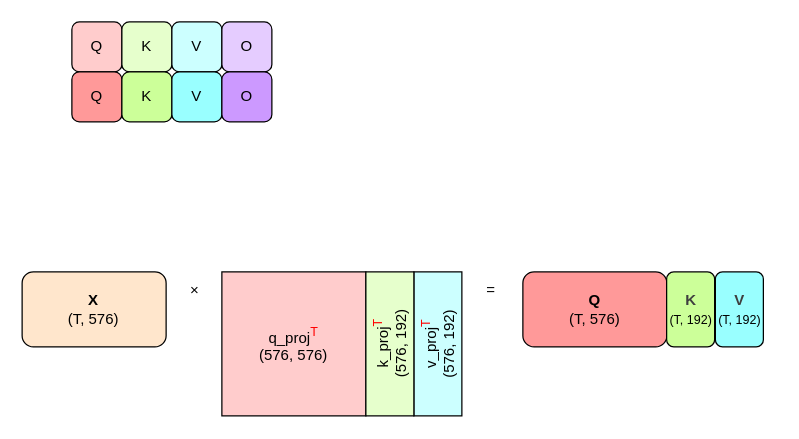
This is page "proj1" (5 of 17) of books/toyllm/draw/ch06.drawio from zxh0/ann-book, a draw.io file, before an edit. Source tidied: cells renumbered, new cells numbered last; positions are measured from the earlier drawing's top-left corner, leaving out a move shared by most shapes. Both pictures are drawn from the tidied source at 125%, with x=0, y=0 at pixel (21, 21).
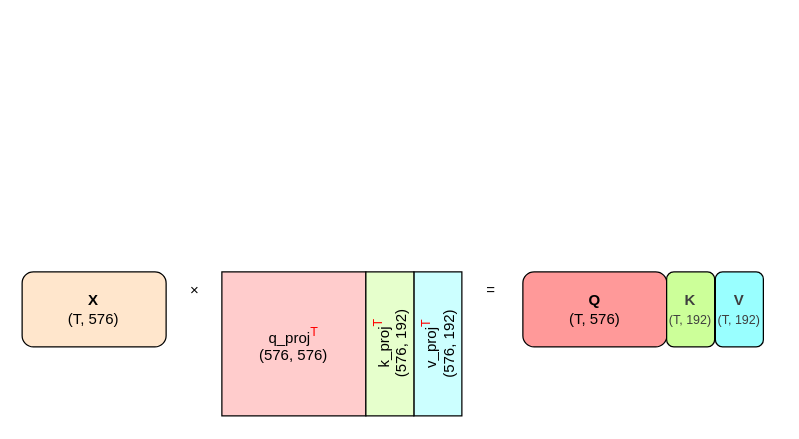
Above is the later version.

The edit, as a diff of the source:
```diff
@@
-    <mxCell id="4" value="&lt;div&gt;&lt;br&gt;&lt;/div&gt;" style="rounded=1;whiteSpace=wrap;html=1;fillColor=#CCFF99;" parent="1" vertex="1">
+    <mxCell id="4" value="&lt;div&gt;&lt;b style=&quot;scrollbar-color: rgb(226, 226, 226) rgb(251, 251, 251); white-space: nowrap; color: rgb(63, 63, 63);&quot;&gt;K&lt;/b&gt;&lt;br style=&quot;scrollbar-color: rgb(226, 226, 226) rgb(251, 251, 251); white-space: nowrap; color: rgb(63, 63, 63);&quot;&gt;&lt;span style=&quot;scrollbar-color: rgba(121, 121, 121, 0.4) rgb(31, 31, 31); white-space: nowrap; color: rgb(0, 0, 0);&quot;&gt;&lt;font style=&quot;color: rgb(63, 63, 63); scrollbar-color: rgba(121, 121, 121, 0.4) rgb(31, 31, 31); font-size: 10px;&quot;&gt;(T, 192)&lt;/font&gt;&lt;/span&gt;&lt;/div&gt;" style="rounded=1;whiteSpace=wrap;html=1;fillColor=#CCFF99;" parent="1" vertex="1">
       <mxGeometry x="515.8" y="200" width="38.4" height="60" as="geometry" />
     </mxCell>
-    <mxCell id="5" value="&lt;div&gt;&lt;br&gt;&lt;/div&gt;" style="rounded=1;whiteSpace=wrap;html=1;fillColor=#99FFFF;" parent="1" vertex="1">
+    <mxCell id="5" value="&lt;div&gt;&lt;b style=&quot;scrollbar-color: rgb(226, 226, 226) rgb(251, 251, 251); white-space: nowrap; color: rgb(63, 63, 63);&quot;&gt;V&lt;/b&gt;&lt;br style=&quot;scrollbar-color: rgb(226, 226, 226) rgb(251, 251, 251); white-space: nowrap; color: rgb(63, 63, 63);&quot;&gt;&lt;span style=&quot;scrollbar-color: rgba(121, 121, 121, 0.4) rgb(31, 31, 31); white-space: nowrap; color: rgb(0, 0, 0);&quot;&gt;&lt;font style=&quot;color: rgb(63, 63, 63); scrollbar-color: rgba(121, 121, 121, 0.4) rgb(31, 31, 31); font-size: 10px;&quot;&gt;(T, 192)&lt;/font&gt;&lt;/span&gt;&lt;/div&gt;" style="rounded=1;whiteSpace=wrap;html=1;fillColor=#99FFFF;" parent="1" vertex="1">
       <mxGeometry x="554.8" y="200" width="38.4" height="60" as="geometry" />
     </mxCell>
-    <mxCell id="6" value="&lt;b style=&quot;color: rgb(63, 63, 63); scrollbar-color: rgb(226, 226, 226) rgb(251, 251, 251);&quot;&gt;K&lt;/b&gt;&lt;br style=&quot;color: rgb(63, 63, 63); scrollbar-color: rgb(226, 226, 226) rgb(251, 251, 251);&quot;&gt;&lt;span style=&quot;color: rgb(0, 0, 0);&quot;&gt;&lt;font style=&quot;font-size: 10px;&quot;&gt;(T, 192)&lt;/font&gt;&lt;/span&gt;" style="text;html=1;align=center;verticalAlign=middle;strokeColor=none;fillColor=none;" parent="1" vertex="1">
-      <mxGeometry x="505" y="210" width="60" height="40" as="geometry" />
-    </mxCell>
-    <mxCell id="7" value="&lt;b style=&quot;color: rgb(63, 63, 63); scrollbar-color: rgb(226, 226, 226) rgb(251, 251, 251);&quot;&gt;V&lt;/b&gt;&lt;br style=&quot;color: rgb(63, 63, 63); scrollbar-color: rgb(226, 226, 226) rgb(251, 251, 251);&quot;&gt;&lt;span style=&quot;color: rgb(0, 0, 0);&quot;&gt;&lt;font style=&quot;font-size: 10px;&quot;&gt;(T, 192)&lt;/font&gt;&lt;/span&gt;" style="text;html=1;align=center;verticalAlign=middle;strokeColor=none;fillColor=none;" parent="1" vertex="1">
-      <mxGeometry x="544" y="210" width="60" height="40" as="geometry" />
-    </mxCell>
@@
-    <mxCell id="10" value="Q" style="rounded=1;whiteSpace=wrap;html=1;fillColor=#FFCCCC;" parent="1" vertex="1">
-      <mxGeometry x="40" width="40" height="40" as="geometry" />
-    </mxCell>
-    <mxCell id="11" value="K" style="rounded=1;whiteSpace=wrap;html=1;fillColor=#E6FFCC;" parent="1" vertex="1">
-      <mxGeometry x="80" width="40" height="40" as="geometry" />
-    </mxCell>
-    <mxCell id="12" value="V" style="rounded=1;whiteSpace=wrap;html=1;fillColor=#CCFFFF;" parent="1" vertex="1">
-      <mxGeometry x="120" width="40" height="40" as="geometry" />
-    </mxCell>
-    <mxCell id="13" value="&lt;div&gt;O&lt;/div&gt;" style="rounded=1;whiteSpace=wrap;html=1;fillColor=#E5CCFF;" parent="1" vertex="1">
-      <mxGeometry x="160" width="40" height="40" as="geometry" />
-    </mxCell>
-    <mxCell id="14" value="Q" style="rounded=1;whiteSpace=wrap;html=1;fillColor=#FF9999;" parent="1" vertex="1">
-      <mxGeometry x="40" y="40" width="40" height="40" as="geometry" />
-    </mxCell>
-    <mxCell id="15" value="K" style="rounded=1;whiteSpace=wrap;html=1;fillColor=#CCFF99;" parent="1" vertex="1">
-      <mxGeometry x="80" y="40" width="40" height="40" as="geometry" />
-    </mxCell>
-    <mxCell id="16" value="V" style="rounded=1;whiteSpace=wrap;html=1;fillColor=#99FFFF;" parent="1" vertex="1">
-      <mxGeometry x="120" y="40" width="40" height="40" as="geometry" />
-    </mxCell>
-    <mxCell id="17" value="&lt;div&gt;O&lt;/div&gt;" style="rounded=1;whiteSpace=wrap;html=1;fillColor=#CC99FF;" parent="1" vertex="1">
-      <mxGeometry x="160" y="40" width="40" height="40" as="geometry" />
-    </mxCell>
```
